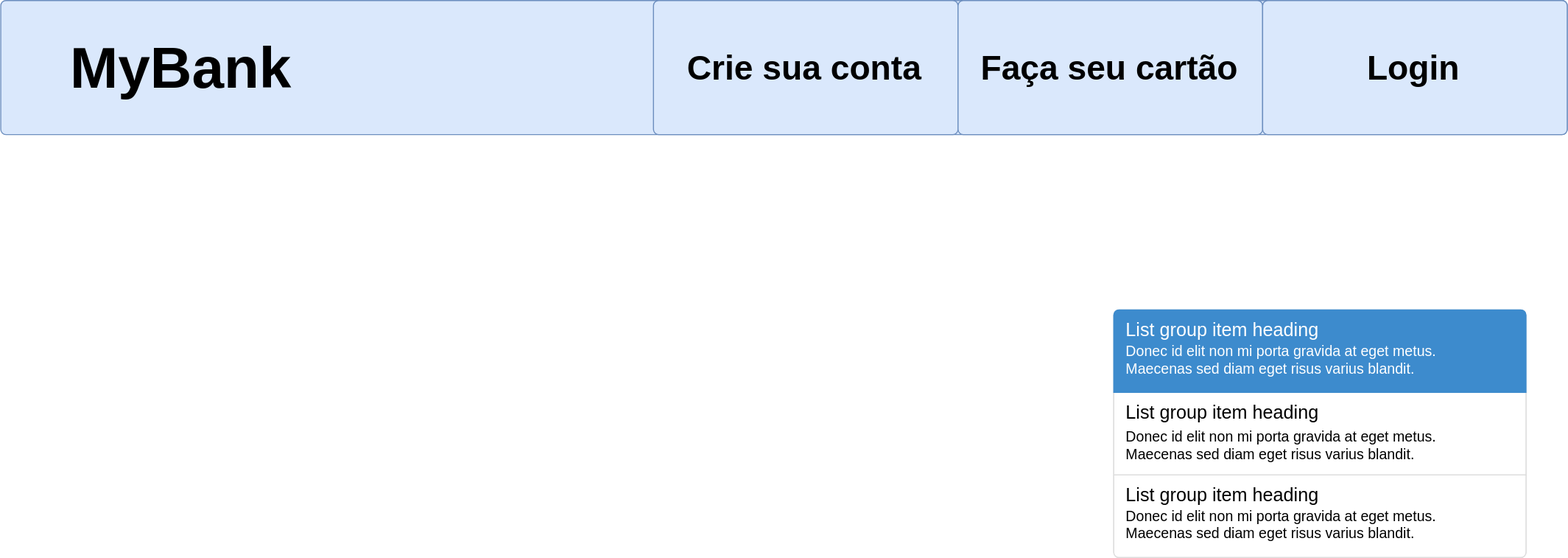
Earlier version of the draw.io export wireframes/myBank.svg (guilhermeferreira7/chipre-bank). Source tidied: cells renumbered, new cells last; positions are measured from the earlier drawing's top-left corner, leaving out a move shared by most shapes.
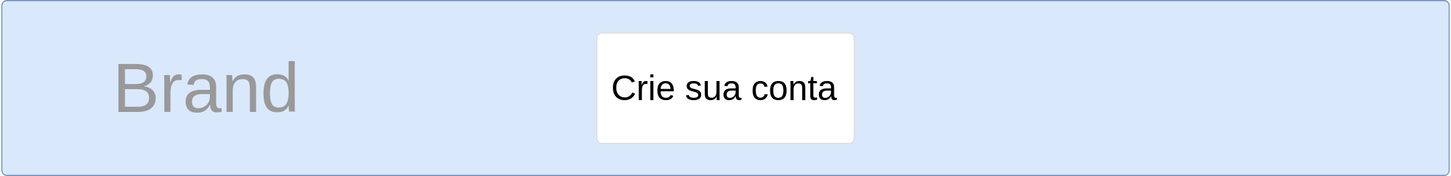
After the change.

Change to the diagram source:
```diff
@@ -2,45 +2,16 @@
   <root>
     <mxCell id="0" />
     <mxCell id="1" parent="0" />
-    <mxCell id="2" style="html=1;shadow=0;dashed=0;shape=mxgraph.bootstrap.rrect;rSize=5;fillColor=#dae8fc;strokeColor=#6c8ebf;whiteSpace=wrap;" parent="1" vertex="1">
-      <mxGeometry width="1520" height="130" as="geometry" />
-    </mxCell>
-    <mxCell id="3" value="&lt;b&gt;&lt;font color=&quot;#000000&quot; style=&quot;font-size: 56px&quot;&gt;MyBank&lt;/font&gt;&lt;/b&gt;" style="html=1;shadow=0;dashed=0;shape=mxgraph.bootstrap.anchor;fontColor=#999999;fontSize=14;whiteSpace=wrap;strokeWidth=1;" parent="2" vertex="1">
-      <mxGeometry width="350" height="130" relative="1" as="geometry" />
-    </mxCell>
+    <mxCell id="14" style="html=1;shadow=0;dashed=0;shape=mxgraph.bootstrap.rrect;rSize=5;fillColor=#dae8fc;strokeColor=#6c8ebf;whiteSpace=wrap;" parent="1" vertex="1">
+      <mxGeometry x="134" y="40" width="1406" height="170" as="geometry" />
+    </mxCell>
+    <mxCell id="15" value="&lt;font style=&quot;font-size: 68px&quot;&gt;Brand&lt;/font&gt;" style="html=1;shadow=0;dashed=0;shape=mxgraph.bootstrap.anchor;fontColor=#999999;fontSize=14;whiteSpace=wrap;" parent="14" vertex="1">
+      <mxGeometry width="400" height="170" relative="1" as="geometry" />
+    </mxCell>
-    <mxCell id="4" value="&lt;font style=&quot;font-size: 33px&quot;&gt;Crie sua conta&lt;/font&gt;" style="html=1;shadow=0;dashed=0;shape=mxgraph.bootstrap.rrect;align=center;rSize=5;strokeColor=#6c8ebf;fillColor=#dae8fc;fontStyle=1;whiteSpace=wrap;" parent="2" vertex="1">
-      <mxGeometry x="633.3" width="295.6" height="130" as="geometry" />
+    <mxCell id="4" value="&lt;span style=&quot;font-size: 34px&quot;&gt;Crie sua conta&lt;/span&gt;" style="html=1;shadow=0;dashed=0;shape=mxgraph.bootstrap.rrect;rSize=5;strokeColor=#dddddd;whiteSpace=wrap;" parent="14" vertex="1">
+      <mxGeometry width="250" height="107.37" relative="1" as="geometry">
+        <mxPoint x="578" y="31.5" as="offset" />
+      </mxGeometry>
     </mxCell>
-    <mxCell id="5" value="&lt;font style=&quot;font-size: 33px&quot;&gt;Faça seu cartão&lt;/font&gt;" style="html=1;shadow=0;dashed=0;shape=mxgraph.bootstrap.rrect;align=center;rSize=5;strokeColor=#6c8ebf;fillColor=#dae8fc;fontStyle=1;whiteSpace=wrap;" parent="2" vertex="1">
-      <mxGeometry x="928.9" width="295.6" height="130" as="geometry" />
-    </mxCell>
-    <mxCell id="6" value="&lt;font style=&quot;font-size: 33px&quot;&gt;Login&lt;/font&gt;" style="html=1;shadow=0;dashed=0;shape=mxgraph.bootstrap.rrect;align=center;rSize=5;strokeColor=#6c8ebf;fillColor=#dae8fc;fontStyle=1;whiteSpace=wrap;" parent="2" vertex="1">
-      <mxGeometry x="1224.4" width="295.6" height="130" as="geometry" />
-    </mxCell>
-    <mxCell id="7" style="html=1;shadow=0;dashed=0;shape=mxgraph.bootstrap.rrect;rSize=5;fillColor=#ffffff;strokeColor=#dddddd;whiteSpace=wrap;" parent="1" vertex="1">
-      <mxGeometry x="1080" y="300" width="400" height="240" as="geometry" />
-    </mxCell>
-    <mxCell id="8" value="Donec id elit non mi porta gravida at eget metus.&#10;Maecenas sed diam eget risus varius blandit." style="strokeColor=inherit;fillColor=inherit;gradientColor=inherit;html=1;shadow=0;dashed=0;shape=mxgraph.bootstrap.rect;perimeter=none;spacingLeft=10;align=left;fontSize=14;whiteSpace=wrap;verticalAlign=bottom;spacingBottom=10;" parent="7" vertex="1">
-      <mxGeometry width="400" height="80" relative="1" as="geometry">
-        <mxPoint y="80" as="offset" />
-      </mxGeometry>
-    </mxCell>
-    <mxCell id="9" value="List group item heading" style="html=1;shadow=0;dashed=0;shape=mxgraph.bootstrap.anchor;spacingLeft=10;align=left;fontSize=18;whiteSpace=wrap;" parent="8" vertex="1">
-      <mxGeometry width="400" height="40" relative="1" as="geometry" />
-    </mxCell>
-    <mxCell id="10" value="Donec id elit non mi porta gravida at eget metus.&#10;Maecenas sed diam eget risus varius blandit." style="strokeColor=inherit;fillColor=inherit;gradientColor=inherit;html=1;shadow=0;dashed=0;shape=mxgraph.bootstrap.bottomButton;rSize=5;spacingLeft=10;align=left;fontSize=14;perimeter=none;whiteSpace=wrap;verticalAlign=bottom;spacingBottom=13;" parent="7" vertex="1">
-      <mxGeometry y="1" width="400" height="80" relative="1" as="geometry">
-        <mxPoint y="-80" as="offset" />
-      </mxGeometry>
-    </mxCell>
-    <mxCell id="11" value="List group item heading" style="html=1;shadow=0;dashed=0;shape=mxgraph.bootstrap.anchor;spacingLeft=10;align=left;fontSize=18;whiteSpace=wrap;" parent="10" vertex="1">
-      <mxGeometry width="400" height="40" relative="1" as="geometry" />
-    </mxCell>
-    <mxCell id="12" value="Donec id elit non mi porta gravida at eget metus.&#10;Maecenas sed diam eget risus varius blandit." style="html=1;shadow=0;dashed=0;shape=mxgraph.bootstrap.topButton;rSize=5;fillColor=#3D8BCD;strokeColor=#3D8BCD;fontColor=#ffffff;spacingLeft=10;align=left;fontSize=14;perimeter=none;whiteSpace=wrap;verticalAlign=bottom;spacingBottom=13;" parent="7" vertex="1">
-      <mxGeometry width="400" height="80" relative="1" as="geometry" />
-    </mxCell>
-    <mxCell id="13" value="List group item heading" style="html=1;shadow=0;dashed=0;shape=mxgraph.bootstrap.anchor;fontColor=#ffffff;spacingLeft=10;align=left;fontSize=18;whiteSpace=wrap;" parent="12" vertex="1">
-      <mxGeometry width="400" height="40" relative="1" as="geometry" />
-    </mxCell>
   </root>
 </mxGraphModel>
```
